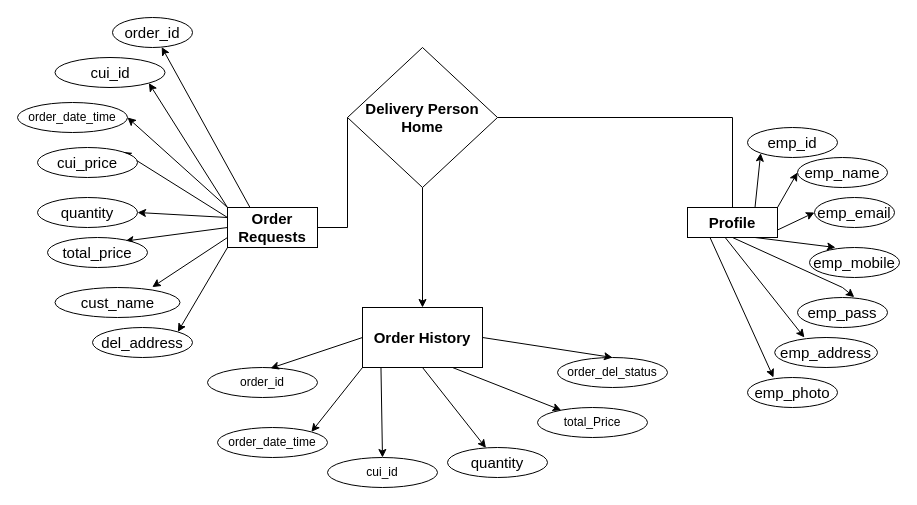
Earlier version of the draw.io diagram abhijeet_kumkar/diagrams/er_diag_del.drawio (saurhub49/Emerald-Oasis). Source tidied: cells renumbered, new cells numbered last; positions are measured from the earlier drawing's top-left corner, leaving out a move shared by most shapes. Both pictures are drawn from the tidied source at 100%, with x=0, y=0 at pixel (17, 17).
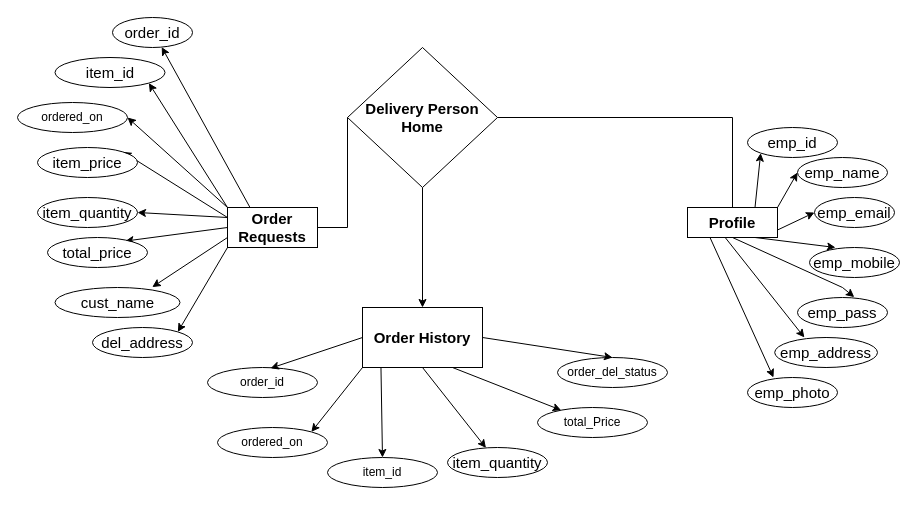
The same diagram, later.

What changed in the source:
```diff
@@
-    <mxCell id="12" value="cui_id" style="ellipse;whiteSpace=wrap;html=1;fontSize=15;" parent="1" vertex="1">
+    <mxCell id="12" value="item_id" style="ellipse;whiteSpace=wrap;html=1;fontSize=15;" parent="1" vertex="1">
       <mxGeometry x="37.5" y="40" width="110" height="30" as="geometry" />
     </mxCell>
-    <mxCell id="13" value="quantity" style="ellipse;whiteSpace=wrap;html=1;fontSize=15;" parent="1" vertex="1">
+    <mxCell id="13" value="item_quantity" style="ellipse;whiteSpace=wrap;html=1;fontSize=15;" parent="1" vertex="1">
       <mxGeometry x="20" y="180" width="100" height="30" as="geometry" />
     </mxCell>
@@
-    <mxCell id="16" value="cui_price" style="ellipse;whiteSpace=wrap;html=1;fontSize=15;" parent="1" vertex="1">
+    <mxCell id="16" value="item_price" style="ellipse;whiteSpace=wrap;html=1;fontSize=15;" parent="1" vertex="1">
       <mxGeometry x="20" y="130" width="100" height="30" as="geometry" />
     </mxCell>
@@
-    <mxCell id="38" value="cui_id" style="ellipse;whiteSpace=wrap;html=1;" parent="1" vertex="1">
+    <mxCell id="38" value="item_id" style="ellipse;whiteSpace=wrap;html=1;" parent="1" vertex="1">
       <mxGeometry x="310" y="440" width="110" height="30" as="geometry" />
     </mxCell>
@@
-    <mxCell id="41" value="quantity" style="ellipse;whiteSpace=wrap;html=1;fontSize=15;" parent="1" vertex="1">
+    <mxCell id="41" value="item_quantity" style="ellipse;whiteSpace=wrap;html=1;fontSize=15;" parent="1" vertex="1">
       <mxGeometry x="430" y="430" width="100" height="30" as="geometry" />
     </mxCell>
@@
-    <mxCell id="47" value="order_date_time" style="ellipse;whiteSpace=wrap;html=1;" parent="1" vertex="1">
+    <mxCell id="47" value="ordered_on" style="ellipse;whiteSpace=wrap;html=1;" parent="1" vertex="1">
       <mxGeometry y="85" width="110" height="30" as="geometry" />
     </mxCell>
@@
-    <mxCell id="49" value="order_date_time" style="ellipse;whiteSpace=wrap;html=1;" parent="1" vertex="1">
+    <mxCell id="49" value="ordered_on" style="ellipse;whiteSpace=wrap;html=1;" parent="1" vertex="1">
       <mxGeometry x="200" y="410" width="110" height="30" as="geometry" />
     </mxCell>
```
